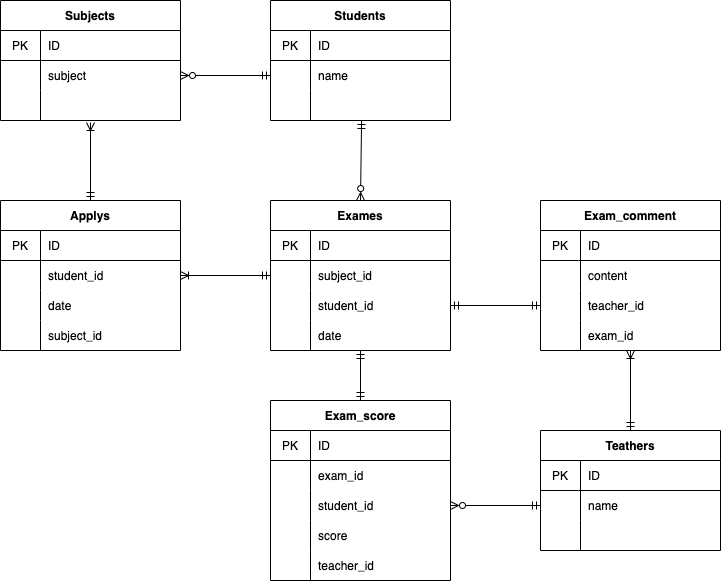
Before: practice.drawio.png, a diagram exported from draw.io (appar377/EP-practice). Source tidied: cells renumbered, new cells last; positions are measured from the earlier drawing's top-left corner, leaving out a move shared by most shapes.
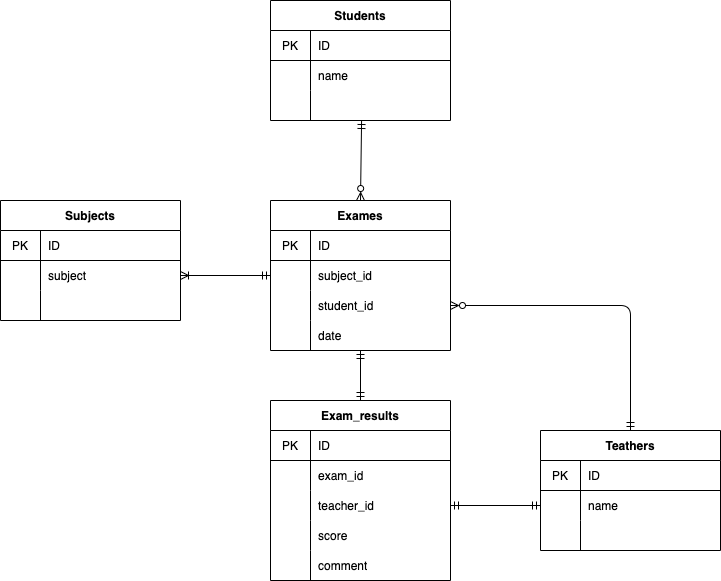
Later version of the same file.

Diff of the diagram source:
```diff
@@ -101,46 +101,7 @@
     <mxCell id="34" value="date" style="shape=partialRectangle;html=1;whiteSpace=wrap;fillColor=none;top=0;left=0;bottom=0;right=0;align=left;spacingLeft=6;overflow=hidden;" parent="32" vertex="1">
       <mxGeometry x="40" width="140" height="30" as="geometry" />
     </mxCell>
-    <mxCell id="35" value="Applys" style="shape=table;startSize=30;rowLines=0;fontStyle=1;align=center;" parent="1" vertex="1">
-      <mxGeometry y="200" width="180" height="150" as="geometry" />
-    </mxCell>
-    <mxCell id="36" style="shape=partialRectangle;html=1;whiteSpace=wrap;fillColor=none;top=0;left=0;bottom=1;right=0;" parent="35" vertex="1">
-      <mxGeometry y="30" width="180" height="30" as="geometry" />
-    </mxCell>
-    <mxCell id="37" value="PK" style="shape=partialRectangle;html=1;whiteSpace=wrap;fillColor=none;top=0;left=0;bottom=0;right=0;overflow=hidden;" parent="36" vertex="1">
-      <mxGeometry width="40" height="30" as="geometry" />
-    </mxCell>
-    <mxCell id="38" value="ID" style="shape=partialRectangle;html=1;whiteSpace=wrap;fillColor=none;top=0;left=0;bottom=0;right=0;align=left;spacingLeft=6;overflow=hidden;" parent="36" vertex="1">
-      <mxGeometry x="40" width="140" height="30" as="geometry" />
-    </mxCell>
-    <mxCell id="39" style="shape=partialRectangle;html=1;whiteSpace=wrap;fillColor=none;top=0;left=0;bottom=0;right=0;" parent="35" vertex="1">
-      <mxGeometry y="60" width="180" height="30" as="geometry" />
-    </mxCell>
-    <mxCell id="40" style="shape=partialRectangle;html=1;whiteSpace=wrap;fillColor=none;top=0;left=0;bottom=0;right=0;overflow=hidden;" parent="39" vertex="1">
-      <mxGeometry width="40" height="30" as="geometry" />
-    </mxCell>
-    <mxCell id="41" value="student_id" style="shape=partialRectangle;html=1;whiteSpace=wrap;fillColor=none;top=0;left=0;bottom=0;right=0;align=left;spacingLeft=6;overflow=hidden;" parent="39" vertex="1">
-      <mxGeometry x="40" width="140" height="30" as="geometry" />
-    </mxCell>
-    <mxCell id="42" style="shape=partialRectangle;html=1;whiteSpace=wrap;fillColor=none;top=0;left=0;bottom=0;right=0;" parent="35" vertex="1">
-      <mxGeometry y="90" width="180" height="30" as="geometry" />
-    </mxCell>
-    <mxCell id="43" style="shape=partialRectangle;html=1;whiteSpace=wrap;fillColor=none;top=0;left=0;bottom=0;right=0;overflow=hidden;" parent="42" vertex="1">
-      <mxGeometry width="40" height="30" as="geometry" />
-    </mxCell>
-    <mxCell id="44" value="date" style="shape=partialRectangle;html=1;whiteSpace=wrap;fillColor=none;top=0;left=0;bottom=0;right=0;align=left;spacingLeft=6;overflow=hidden;" parent="42" vertex="1">
-      <mxGeometry x="40" width="140" height="30" as="geometry" />
-    </mxCell>
-    <mxCell id="45" style="shape=partialRectangle;html=1;whiteSpace=wrap;fillColor=none;top=0;left=0;bottom=0;right=0;" parent="35" vertex="1">
-      <mxGeometry y="120" width="180" height="30" as="geometry" />
-    </mxCell>
-    <mxCell id="46" style="shape=partialRectangle;html=1;whiteSpace=wrap;fillColor=none;top=0;left=0;bottom=0;right=0;overflow=hidden;" parent="45" vertex="1">
-      <mxGeometry width="40" height="30" as="geometry" />
-    </mxCell>
-    <mxCell id="47" value="subject_id" style="shape=partialRectangle;html=1;whiteSpace=wrap;fillColor=none;top=0;left=0;bottom=0;right=0;align=left;spacingLeft=6;overflow=hidden;" parent="45" vertex="1">
-      <mxGeometry x="40" width="140" height="30" as="geometry" />
-    </mxCell>
-    <mxCell id="48" value="Exam_score" style="shape=table;startSize=30;rowLines=0;fontStyle=1;align=center;" parent="1" vertex="1">
+    <mxCell id="48" value="Exam_results" style="shape=table;startSize=30;rowLines=0;fontStyle=1;align=center;" parent="1" vertex="1">
       <mxGeometry x="270" y="400" width="180" height="180" as="geometry" />
     </mxCell>
     <mxCell id="49" style="shape=partialRectangle;html=1;whiteSpace=wrap;fillColor=none;top=0;left=0;bottom=1;right=0;" parent="48" vertex="1">
@@ -167,7 +128,7 @@
     <mxCell id="56" style="shape=partialRectangle;html=1;whiteSpace=wrap;fillColor=none;top=0;left=0;bottom=0;right=0;overflow=hidden;" parent="55" vertex="1">
       <mxGeometry width="40" height="30" as="geometry" />
     </mxCell>
-    <mxCell id="57" value="student_id" style="shape=partialRectangle;html=1;whiteSpace=wrap;fillColor=none;top=0;left=0;bottom=0;right=0;align=left;spacingLeft=6;overflow=hidden;" parent="55" vertex="1">
+    <mxCell id="57" value="teacher_id" style="shape=partialRectangle;html=1;whiteSpace=wrap;fillColor=none;top=0;left=0;bottom=0;right=0;align=left;spacingLeft=6;overflow=hidden;" parent="55" vertex="1">
       <mxGeometry x="40" width="140" height="30" as="geometry" />
     </mxCell>
     <mxCell id="58" style="shape=partialRectangle;html=1;whiteSpace=wrap;fillColor=none;top=0;left=0;bottom=0;right=0;" parent="48" vertex="1">
@@ -185,48 +146,9 @@
     <mxCell id="62" style="shape=partialRectangle;html=1;whiteSpace=wrap;fillColor=none;top=0;left=0;bottom=0;right=0;overflow=hidden;" parent="61" vertex="1">
       <mxGeometry width="40" height="30" as="geometry" />
     </mxCell>
-    <mxCell id="63" value="teacher_id" style="shape=partialRectangle;html=1;whiteSpace=wrap;fillColor=none;top=0;left=0;bottom=0;right=0;align=left;spacingLeft=6;overflow=hidden;" parent="61" vertex="1">
+    <mxCell id="63" value="comment" style="shape=partialRectangle;html=1;whiteSpace=wrap;fillColor=none;top=0;left=0;bottom=0;right=0;align=left;spacingLeft=6;overflow=hidden;" parent="61" vertex="1">
       <mxGeometry x="40" width="140" height="30" as="geometry" />
     </mxCell>
-    <mxCell id="64" value="Exam_comment" style="shape=table;startSize=30;rowLines=0;fontStyle=1;align=center;" parent="1" vertex="1">
-      <mxGeometry x="540" y="200" width="180" height="150" as="geometry" />
-    </mxCell>
-    <mxCell id="65" style="shape=partialRectangle;html=1;whiteSpace=wrap;fillColor=none;top=0;left=0;bottom=1;right=0;" parent="64" vertex="1">
-      <mxGeometry y="30" width="180" height="30" as="geometry" />
-    </mxCell>
-    <mxCell id="66" value="PK" style="shape=partialRectangle;html=1;whiteSpace=wrap;fillColor=none;top=0;left=0;bottom=0;right=0;overflow=hidden;" parent="65" vertex="1">
-      <mxGeometry width="40" height="30" as="geometry" />
-    </mxCell>
-    <mxCell id="67" value="ID" style="shape=partialRectangle;html=1;whiteSpace=wrap;fillColor=none;top=0;left=0;bottom=0;right=0;align=left;spacingLeft=6;overflow=hidden;" parent="65" vertex="1">
-      <mxGeometry x="40" width="140" height="30" as="geometry" />
-    </mxCell>
-    <mxCell id="68" style="shape=partialRectangle;html=1;whiteSpace=wrap;fillColor=none;top=0;left=0;bottom=0;right=0;" parent="64" vertex="1">
-      <mxGeometry y="60" width="180" height="30" as="geometry" />
-    </mxCell>
-    <mxCell id="69" style="shape=partialRectangle;html=1;whiteSpace=wrap;fillColor=none;top=0;left=0;bottom=0;right=0;overflow=hidden;" parent="68" vertex="1">
-      <mxGeometry width="40" height="30" as="geometry" />
-    </mxCell>
-    <mxCell id="70" value="content" style="shape=partialRectangle;html=1;whiteSpace=wrap;fillColor=none;top=0;left=0;bottom=0;right=0;align=left;spacingLeft=6;overflow=hidden;" parent="68" vertex="1">
-      <mxGeometry x="40" width="140" height="30" as="geometry" />
-    </mxCell>
-    <mxCell id="71" style="shape=partialRectangle;html=1;whiteSpace=wrap;fillColor=none;top=0;left=0;bottom=0;right=0;points=[[0,0.5],[1,0.5]];portConstraint=eastwest;" parent="64" vertex="1">
-      <mxGeometry y="90" width="180" height="30" as="geometry" />
-    </mxCell>
-    <mxCell id="72" style="shape=partialRectangle;html=1;whiteSpace=wrap;fillColor=none;top=0;left=0;bottom=0;right=0;overflow=hidden;" parent="71" vertex="1">
-      <mxGeometry width="40" height="30" as="geometry" />
-    </mxCell>
-    <mxCell id="73" value="teacher_id" style="shape=partialRectangle;html=1;whiteSpace=wrap;fillColor=none;top=0;left=0;bottom=0;right=0;align=left;spacingLeft=6;overflow=hidden;" parent="71" vertex="1">
-      <mxGeometry x="40" width="140" height="30" as="geometry" />
-    </mxCell>
-    <mxCell id="74" style="shape=partialRectangle;html=1;whiteSpace=wrap;fillColor=none;top=0;left=0;bottom=0;right=0;" parent="64" vertex="1">
-      <mxGeometry y="120" width="180" height="30" as="geometry" />
-    </mxCell>
-    <mxCell id="75" style="shape=partialRectangle;html=1;whiteSpace=wrap;fillColor=none;top=0;left=0;bottom=0;right=0;overflow=hidden;" parent="74" vertex="1">
-      <mxGeometry width="40" height="30" as="geometry" />
-    </mxCell>
-    <mxCell id="76" value="exam_id" style="shape=partialRectangle;html=1;whiteSpace=wrap;fillColor=none;top=0;left=0;bottom=0;right=0;align=left;spacingLeft=6;overflow=hidden;" parent="74" vertex="1">
-      <mxGeometry x="40" width="140" height="30" as="geometry" />
-    </mxCell>
     <mxCell id="77" style="endArrow=ERmandOne;html=1;entryX=0.506;entryY=1;entryDx=0;entryDy=0;entryPerimeter=0;exitX=0.5;exitY=0;exitDx=0;exitDy=0;endFill=0;startArrow=ERzeroToMany;startFill=0;" parent="1" edge="1" source="22" target="9">
       <mxGeometry relative="1" as="geometry" />
     </mxCell>
@@ -236,7 +158,7 @@
       </mxGeometry>
     </mxCell>
     <mxCell id="79" value="Subjects" style="shape=table;startSize=30;rowLines=0;fontStyle=1;align=center;" parent="1" vertex="1">
-      <mxGeometry width="180" height="120" as="geometry" />
+      <mxGeometry y="200" width="180" height="120" as="geometry" />
     </mxCell>
     <mxCell id="80" style="shape=partialRectangle;html=1;whiteSpace=wrap;fillColor=none;top=0;left=0;bottom=1;right=0;" parent="79" vertex="1">
       <mxGeometry y="30" width="180" height="30" as="geometry" />
@@ -270,22 +192,15 @@
         <mxPoint x="180" y="275" as="sourcePoint" />
       </mxGeometry>
     </mxCell>
-    <mxCell id="90" style="endArrow=ERmandOne;html=1;entryX=0;entryY=0.5;entryDx=0;entryDy=0;exitX=1;exitY=0.5;exitDx=0;exitDy=0;endFill=0;startArrow=ERzeroToMany;startFill=0;" parent="1" edge="1" source="83" target="6">
-      <mxGeometry relative="1" as="geometry" />
-    </mxCell>
-    <mxCell id="91" style="endArrow=ERoneToMany;html=1;exitX=0.5;exitY=0;exitDx=0;exitDy=0;entryX=0.5;entryY=1.067;entryDx=0;entryDy=0;entryPerimeter=0;startArrow=ERmandOne;startFill=0;endFill=0;" parent="1" edge="1" source="35" target="86">
-      <mxGeometry relative="1" as="geometry" />
-    </mxCell>
-    <mxCell id="92" style="endArrow=ERmandOne;html=1;entryX=0;entryY=0.5;entryDx=0;entryDy=0;exitX=1;exitY=0.5;exitDx=0;exitDy=0;endFill=0;startArrow=ERzeroToMany;startFill=0;" parent="1" edge="1" source="55" target="16">
+    <mxCell id="92" style="endArrow=ERmandOne;html=1;entryX=0;entryY=0.5;entryDx=0;entryDy=0;exitX=1;exitY=0.5;exitDx=0;exitDy=0;endFill=0;startArrow=ERmandOne;startFill=0;" parent="1" edge="1" source="55" target="16">
       <mxGeometry relative="1" as="geometry" />
     </mxCell>
-    <mxCell id="93" style="endArrow=ERmandOne;html=1;exitX=1;exitY=0.5;exitDx=0;exitDy=0;entryX=0;entryY=0.5;entryDx=0;entryDy=0;endFill=0;startArrow=ERmandOne;startFill=0;" parent="1" edge="1" source="29" target="71">
-      <mxGeometry relative="1" as="geometry" />
-    </mxCell>
-    <mxCell id="94" style="endArrow=ERoneToMany;html=1;exitX=0.5;exitY=0;exitDx=0;exitDy=0;startArrow=ERmandOne;startFill=0;endFill=0;" parent="1" edge="1" source="12">
-      <mxGeometry relative="1" as="geometry">
-        <mxPoint x="630" y="350" as="targetPoint" />
-      </mxGeometry>
-    </mxCell>
+    <mxCell id="95" style="edgeStyle=segmentEdgeStyle;endArrow=ERzeroToMany;html=1;entryX=1;entryY=0.5;entryDx=0;entryDy=0;exitX=0.5;exitY=0;exitDx=0;exitDy=0;endFill=0;startArrow=ERmandOne;startFill=0;" parent="1" edge="1" source="12" target="29">
+      <mxGeometry relative="1" as="geometry">
+        <Array as="points">
+          <mxPoint x="630" y="305" />
+        </Array>
+      </mxGeometry>
+    </mxCell>
   </root>
 </mxGraphModel>
```
